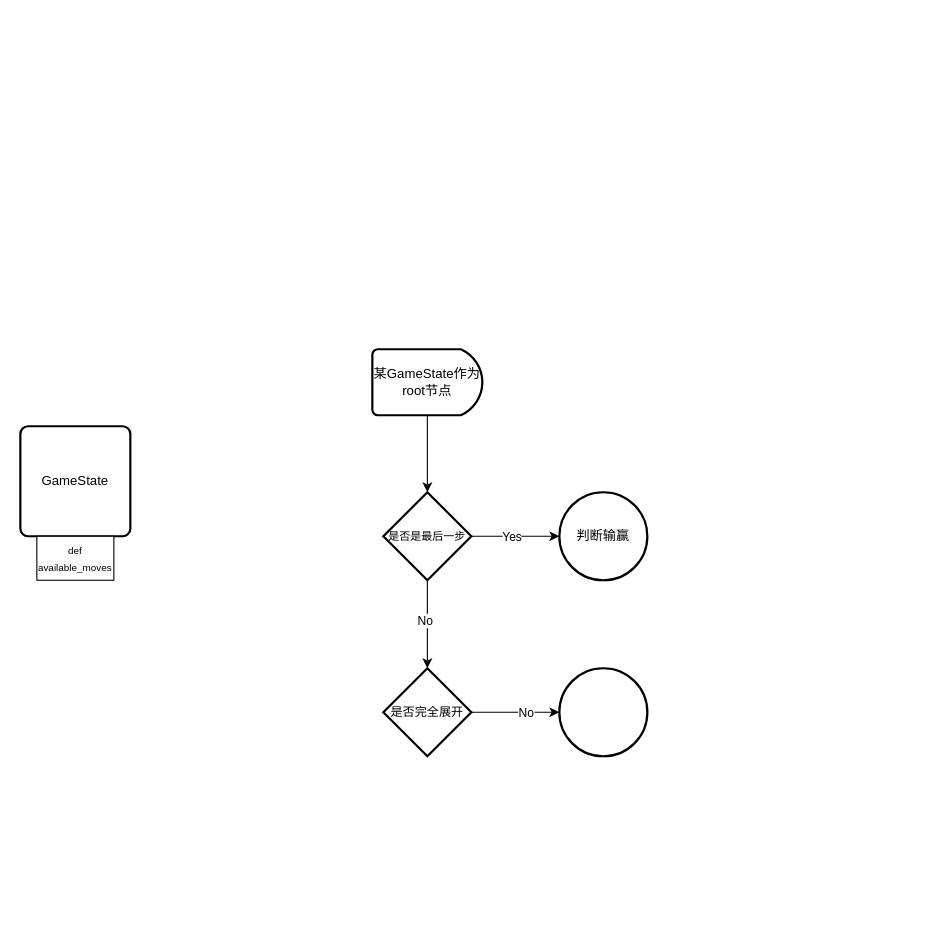
The draw.io diagram MCTS_Strategy.drawio in PhilosopheAM/Machine-Learning, before the edit. Source tidied: cells renumbered, new cells numbered last; positions are measured from the earlier drawing's top-left corner, leaving out a move shared by most shapes. Both pictures are drawn from the tidied source at 110%, with x=0, y=0 at pixel (20, 349).
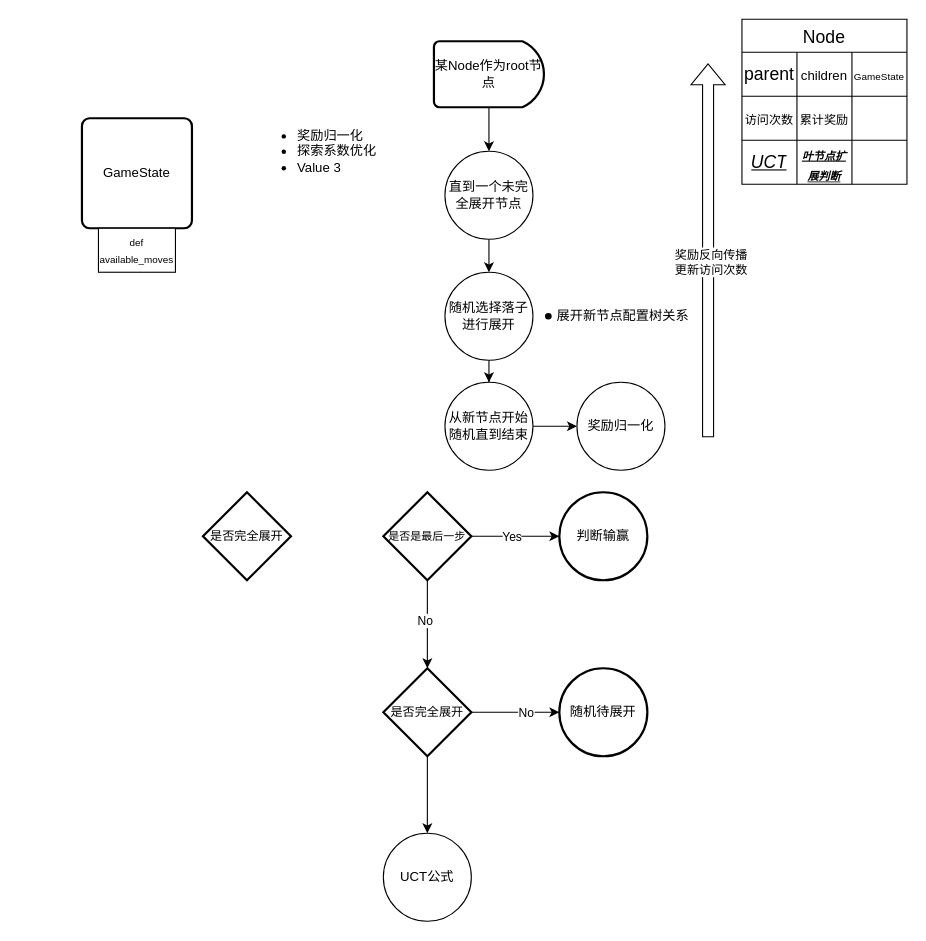
The same diagram, later.

The change refers to these unchanged cells:
```xml
<mxCell id="8" value="&lt;font style=&quot;font-size: 10px;&quot;&gt;是否是最后一步&lt;/font&gt;" style="rhombus;whiteSpace=wrap;html=1;strokeWidth=2;" parent="1" vertex="1">
  <mxGeometry x="330" y="130" width="80" height="80" as="geometry" />
</mxCell>
<mxCell id="12" value="&lt;font style=&quot;font-size: 11px;&quot;&gt;是否完全展开&lt;/font&gt;" style="rhombus;whiteSpace=wrap;html=1;strokeWidth=2;" parent="1" vertex="1">
  <mxGeometry x="330" y="290" width="80" height="80" as="geometry" />
</mxCell>
```

The edit, as a diff of the source:
```diff
@@
-    <mxCell id="2" style="edgeStyle=orthogonalEdgeStyle;rounded=0;jettySize=auto;html=1;" parent="1" edge="1" source="3" target="8">
-      <mxGeometry relative="1" as="geometry" />
-    </mxCell>
+    <mxCell id="16" style="edgeStyle=orthogonalEdgeStyle;rounded=0;jettySize=auto;html=1;" parent="1" edge="1" source="3">
+      <mxGeometry relative="1" as="geometry">
+        <mxPoint x="426" y="-180" as="targetPoint" />
+      </mxGeometry>
+    </mxCell>
-    <mxCell id="3" value="某GameState作为root节点" style="strokeWidth=2;html=1;shape=mxgraph.flowchart.delay;whiteSpace=wrap;" parent="1" vertex="1">
-      <mxGeometry x="320" width="100" height="60" as="geometry" />
+    <mxCell id="3" value="某Node作为root节点" style="strokeWidth=2;html=1;shape=mxgraph.flowchart.delay;whiteSpace=wrap;" parent="1" vertex="1">
+      <mxGeometry x="376" y="-280" width="100" height="60" as="geometry" />
     </mxCell>
@@
+    <mxCell id="17" style="edgeStyle=orthogonalEdgeStyle;rounded=0;jettySize=auto;html=1;" parent="1" edge="1" source="12">
+      <mxGeometry relative="1" as="geometry">
+        <mxPoint x="370" y="440" as="targetPoint" />
+      </mxGeometry>
+    </mxCell>
@@
-    <mxCell id="13" style="ellipse;whiteSpace=wrap;html=1;strokeWidth=2;" parent="1" vertex="1">
+    <mxCell id="13" value="随机待展开" style="ellipse;whiteSpace=wrap;html=1;strokeWidth=2;" parent="1" vertex="1">
       <mxGeometry x="490" y="290" width="80" height="80" as="geometry" />
     </mxCell>
     <mxCell id="14" value="GameState" style="rounded=1;whiteSpace=wrap;html=1;absoluteArcSize=1;arcSize=14;strokeWidth=2;" parent="1" vertex="1">
-      <mxGeometry y="70" width="100" height="100" as="geometry" />
+      <mxGeometry x="56" y="-210" width="100" height="100" as="geometry" />
     </mxCell>
     <mxCell id="15" value="&lt;font style=&quot;font-size: 9px;&quot;&gt;def&lt;/font&gt;&lt;div&gt;&lt;font style=&quot;font-size: 9px;&quot;&gt;available_moves&lt;/font&gt;&lt;/div&gt;" style="rounded=0;whiteSpace=wrap;html=1;" parent="1" vertex="1">
-      <mxGeometry x="15" y="170" width="70" height="40" as="geometry" />
+      <mxGeometry x="71" y="-110" width="70" height="40" as="geometry" />
     </mxCell>
+    <mxCell id="18" value="UCT公式" style="ellipse;whiteSpace=wrap;html=1;" parent="1" vertex="1">
+      <mxGeometry x="330" y="440" width="80" height="80" as="geometry" />
+    </mxCell>
+    <mxCell id="19" value="&lt;ul&gt;&lt;li&gt;奖励归一化&lt;/li&gt;&lt;li&gt;探索系数优化&lt;/li&gt;&lt;li&gt;Value 3&lt;/li&gt;&lt;/ul&gt;" style="text;strokeColor=none;fillColor=none;html=1;whiteSpace=wrap;verticalAlign=middle;overflow=hidden;" parent="1" vertex="1">
+      <mxGeometry x="210" y="-220" width="120" height="80" as="geometry" />
+    </mxCell>
+    <mxCell id="20" value="&lt;font style=&quot;font-size: 11px;&quot;&gt;是否完全展开&lt;/font&gt;" style="rhombus;whiteSpace=wrap;html=1;strokeWidth=2;" parent="1" vertex="1">
+      <mxGeometry x="166" y="130" width="80" height="80" as="geometry" />
+    </mxCell>
+    <mxCell id="21" value="Node" style="shape=table;startSize=30;childLayout=tableLayout;strokeColor=default;fontSize=16;" parent="1" vertex="1">
+      <mxGeometry x="656" y="-300" width="150" height="150" as="geometry" />
+    </mxCell>
+    <mxCell id="22" style="shape=tableRow;horizontal=0;startSize=0;swimlaneHead=0;swimlaneBody=0;strokeColor=inherit;top=0;left=0;bottom=0;right=0;fillColor=none;fontSize=16;" parent="21" vertex="1">
+      <mxGeometry y="30" width="150" height="40" as="geometry" />
+    </mxCell>
+    <mxCell id="23" value="parent" style="shape=partialRectangle;html=1;whiteSpace=wrap;strokeColor=inherit;overflow=hidden;fillColor=none;top=0;left=0;bottom=0;right=0;fontSize=16;" parent="22" vertex="1">
+      <mxGeometry width="50" height="40" as="geometry" />
+    </mxCell>
+    <mxCell id="24" value="&lt;font style=&quot;font-size: 12px;&quot;&gt;children&lt;/font&gt;" style="shape=partialRectangle;html=1;whiteSpace=wrap;strokeColor=inherit;overflow=hidden;fillColor=none;top=0;left=0;bottom=0;right=0;fontSize=16;" parent="22" vertex="1">
+      <mxGeometry x="50" width="50" height="40" as="geometry" />
+    </mxCell>
+    <mxCell id="25" value="&lt;font style=&quot;font-size: 9px;&quot;&gt;GameState&lt;/font&gt;" style="shape=partialRectangle;html=1;whiteSpace=wrap;strokeColor=inherit;overflow=hidden;fillColor=none;top=0;left=0;bottom=0;right=0;fontSize=16;" parent="22" vertex="1">
+      <mxGeometry x="100" width="50" height="40" as="geometry" />
+    </mxCell>
+    <mxCell id="26" style="shape=tableRow;horizontal=0;startSize=0;swimlaneHead=0;swimlaneBody=0;strokeColor=inherit;top=0;left=0;bottom=0;right=0;fillColor=none;fontSize=16;" parent="21" vertex="1">
+      <mxGeometry y="70" width="150" height="40" as="geometry" />
+    </mxCell>
+    <mxCell id="27" value="&lt;font style=&quot;font-size: 11px;&quot;&gt;访问次数&lt;/font&gt;" style="shape=partialRectangle;html=1;whiteSpace=wrap;strokeColor=inherit;overflow=hidden;fillColor=none;top=0;left=0;bottom=0;right=0;fontSize=16;" parent="26" vertex="1">
+      <mxGeometry width="50" height="40" as="geometry" />
+    </mxCell>
+    <mxCell id="28" value="&lt;font style=&quot;font-size: 11px;&quot;&gt;累计奖励&lt;/font&gt;" style="shape=partialRectangle;html=1;whiteSpace=wrap;strokeColor=inherit;overflow=hidden;fillColor=none;top=0;left=0;bottom=0;right=0;fontSize=16;" parent="26" vertex="1">
+      <mxGeometry x="50" width="50" height="40" as="geometry" />
+    </mxCell>
+    <mxCell id="29" style="shape=partialRectangle;html=1;whiteSpace=wrap;strokeColor=inherit;overflow=hidden;fillColor=none;top=0;left=0;bottom=0;right=0;fontSize=16;" parent="26" vertex="1">
+      <mxGeometry x="100" width="50" height="40" as="geometry" />
+    </mxCell>
+    <mxCell id="30" style="shape=tableRow;horizontal=0;startSize=0;swimlaneHead=0;swimlaneBody=0;strokeColor=inherit;top=0;left=0;bottom=0;right=0;fillColor=none;fontSize=16;" parent="21" vertex="1">
+      <mxGeometry y="110" width="150" height="40" as="geometry" />
+    </mxCell>
+    <mxCell id="31" value="&lt;i&gt;&lt;u&gt;UCT&lt;/u&gt;&lt;/i&gt;" style="shape=partialRectangle;html=1;whiteSpace=wrap;strokeColor=inherit;overflow=hidden;fillColor=none;top=0;left=0;bottom=0;right=0;fontSize=16;" parent="30" vertex="1">
+      <mxGeometry width="50" height="40" as="geometry" />
+    </mxCell>
+    <mxCell id="32" value="&lt;font style=&quot;font-size: 10px;&quot;&gt;&lt;i&gt;&lt;u&gt;&lt;b&gt;叶节点扩展判断&lt;/b&gt;&lt;/u&gt;&lt;/i&gt;&lt;/font&gt;" style="shape=partialRectangle;html=1;whiteSpace=wrap;strokeColor=inherit;overflow=hidden;fillColor=none;top=0;left=0;bottom=0;right=0;fontSize=16;" parent="30" vertex="1">
+      <mxGeometry x="50" width="50" height="40" as="geometry" />
+    </mxCell>
+    <mxCell id="33" style="shape=partialRectangle;html=1;whiteSpace=wrap;strokeColor=inherit;overflow=hidden;fillColor=none;top=0;left=0;bottom=0;right=0;fontSize=16;" parent="30" vertex="1">
+      <mxGeometry x="100" width="50" height="40" as="geometry" />
+    </mxCell>
+    <mxCell id="34" style="edgeStyle=orthogonalEdgeStyle;rounded=0;jettySize=auto;html=1;" parent="1" edge="1" source="35" target="37">
+      <mxGeometry relative="1" as="geometry" />
+    </mxCell>
+    <mxCell id="35" value="直到一个未完全展开节点" style="ellipse;whiteSpace=wrap;html=1;" parent="1" vertex="1">
+      <mxGeometry x="386" y="-180" width="80" height="80" as="geometry" />
+    </mxCell>
+    <mxCell id="36" style="edgeStyle=orthogonalEdgeStyle;rounded=0;jettySize=auto;html=1;" parent="1" edge="1" source="37" target="41">
+      <mxGeometry relative="1" as="geometry" />
+    </mxCell>
+    <mxCell id="37" value="随机选择落子进行展开" style="ellipse;whiteSpace=wrap;html=1;" parent="1" vertex="1">
+      <mxGeometry x="386" y="-70" width="80" height="80" as="geometry" />
+    </mxCell>
+    <mxCell id="38" style="shape=waypoint;sketch=0;fillStyle=solid;size=6;fillColor=none;perimeter=centerPerimeter;" parent="1" vertex="1">
+      <mxGeometry x="470" y="-40" width="20" height="20" as="geometry" />
+    </mxCell>
+    <mxCell id="39" value="展开新节点配置树关系" style="text;strokeColor=none;fillColor=none;html=1;whiteSpace=wrap;verticalAlign=middle;overflow=hidden;" parent="1" vertex="1">
+      <mxGeometry x="486" y="-70" width="140" height="80" as="geometry" />
+    </mxCell>
+    <mxCell id="40" style="edgeStyle=orthogonalEdgeStyle;rounded=0;jettySize=auto;html=1;" parent="1" edge="1" source="41" target="42">
+      <mxGeometry relative="1" as="geometry" />
+    </mxCell>
+    <mxCell id="41" value="从新节点开始随机直到结束" style="ellipse;whiteSpace=wrap;html=1;" parent="1" vertex="1">
+      <mxGeometry x="386" y="30" width="80" height="80" as="geometry" />
+    </mxCell>
+    <mxCell id="42" value="奖励归一化" style="ellipse;whiteSpace=wrap;html=1;" parent="1" vertex="1">
+      <mxGeometry x="506" y="30" width="80" height="80" as="geometry" />
+    </mxCell>
+    <mxCell id="43" style="shape=flexArrow;endArrow=classic;html=1;rounded=0;" parent="1" edge="1">
+      <mxGeometry relative="1" as="geometry">
+        <mxPoint x="625.2" y="80" as="sourcePoint" />
+        <mxPoint x="625.2" y="-260" as="targetPoint" />
+      </mxGeometry>
+    </mxCell>
+    <mxCell id="44" value="奖励反向传播&lt;div&gt;更新访问次数&lt;/div&gt;" style="edgeLabel;html=1;align=center;verticalAlign=middle;" parent="43" vertex="1">
+      <mxGeometry x="-0.06" y="-2" relative="1" as="geometry" />
+    </mxCell>
```
